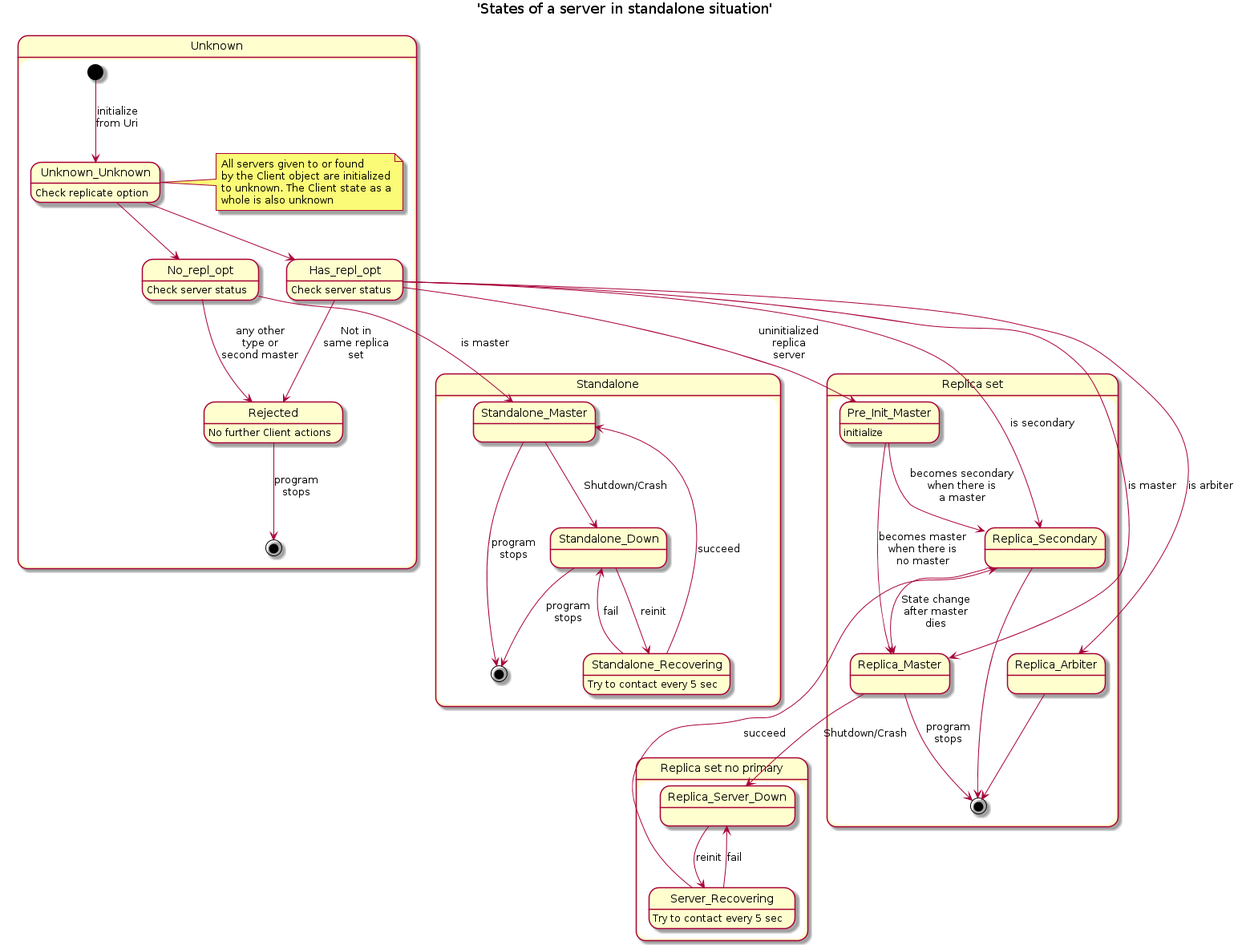
MARTIMM/raku-mongodb-driver keeps this PlantUML diagram as doc/Design/server-states.png. Above is the earlier version.
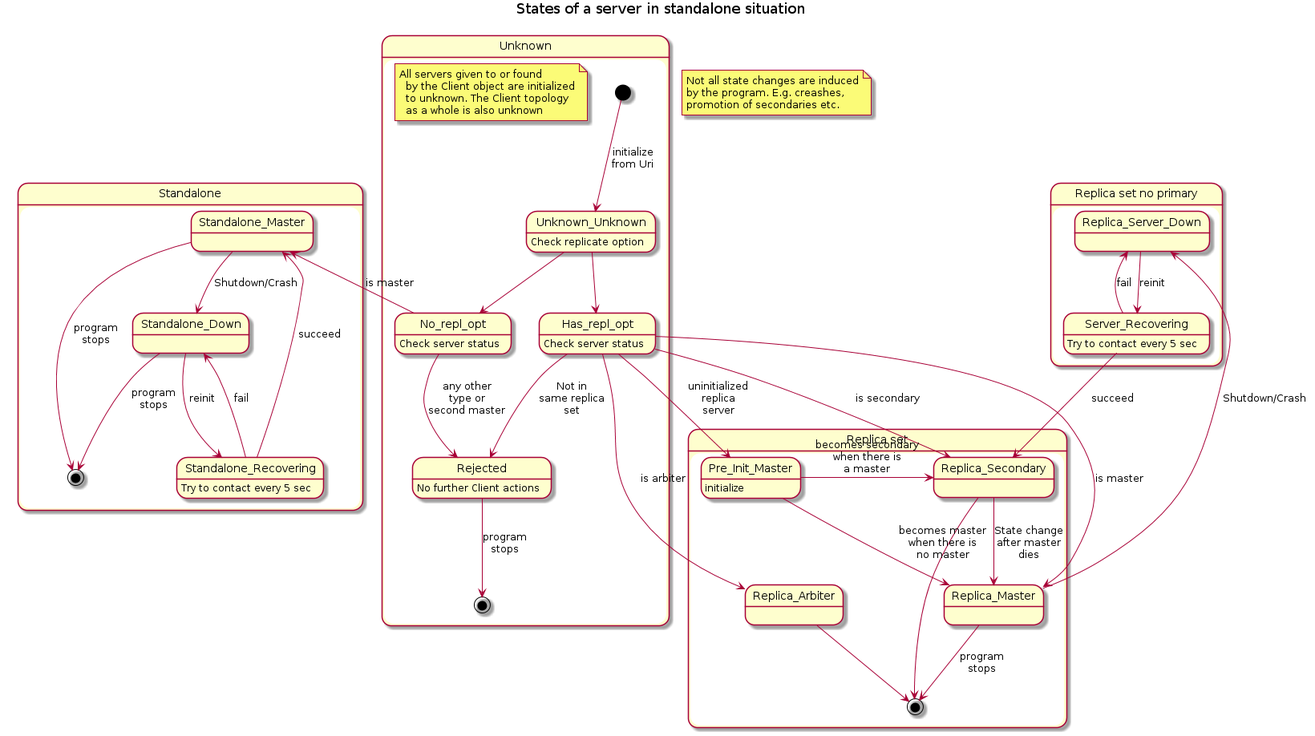
The same file after the commit.

Change to the diagram source:
```diff
@@ -1,70 +1,72 @@
 @startuml
 
-title 'States of a server in standalone situation'
+title States of a server in standalone situation
+
+note "Not all state changes are induced\nby the program. E.g. creashes,\npromotion of secondaries etc." as N2
 
 state Unknown {
-[*] --> Unknown_Unknown : initialize\nfrom Uri
-Unknown_Unknown : Check replicate option
+  [*] --> Unknown_Unknown : initialize\nfrom Uri
+  Unknown_Unknown : Check replicate option
 
-note right of Unknown_Unknown : All servers given to or found\nby the Client object are initialized\nto unknown. The Client state as a\nwhole is also unknown
+  note "All servers given to or found\n  by the Client object are initialized\n  to unknown. The Client topology\n  as a whole is also unknown" as N1
 
 
-Unknown_Unknown --> No_repl_opt
-Unknown_Unknown --> Has_repl_opt
+  Unknown_Unknown --> No_repl_opt
+  Unknown_Unknown --> Has_repl_opt
 
 
-No_repl_opt : Check server status
-No_repl_opt --> Rejected : any other\ntype or\nsecond master
+  No_repl_opt : Check server status
+  No_repl_opt --> Rejected : any other\ntype or\nsecond master
 
-Rejected --> [*] : program\nstops
-Rejected : No further Client actions
+  Rejected --> [*] : program\nstops
+  Rejected : No further Client actions
 }
 
 state Standalone {
-No_repl_opt --> Standalone_Master : is master
-Standalone_Master --> Standalone_Down : Shutdown/Crash
-Standalone_Master --> [*] : program\nstops
+  No_repl_opt -left-> Standalone_Master : is master
+  Standalone_Master --> Standalone_Down : Shutdown/Crash
+  Standalone_Master --> [*] : program\nstops
 
-Standalone_Down --> Standalone_Recovering : reinit
-Standalone_Down --> [*] : program\nstops
+  Standalone_Down --> Standalone_Recovering : reinit
+  Standalone_Down --> [*] : program\nstops
 
-Standalone_Recovering --> Standalone_Down : fail
-Standalone_Recovering --> Standalone_Master : succeed
-Standalone_Recovering : Try to contact every 5 sec
+  Standalone_Recovering --> Standalone_Down : fail
+  Standalone_Recovering --> Standalone_Master : succeed
+  Standalone_Recovering : Try to contact every 5 sec
 }
 
 
 
 state "Replica set" as Replset {
-Has_repl_opt : Check server status
-Has_repl_opt --> Rejected : Not in\nsame replica\nset
-Has_repl_opt --> Replica_Master : is master
-Has_repl_opt --> Replica_Secondary : is secondary
-Has_repl_opt --> Replica_Arbiter : is arbiter
-Has_repl_opt --> Pre_Init_Master : uninitialized\nreplica\nserver
+  Has_repl_opt : Check server status
+  Has_repl_opt --> Rejected : Not in\nsame replica\nset
+  Has_repl_opt --> Replica_Master : is master
+  Has_repl_opt --> Replica_Secondary : is secondary
+  Has_repl_opt --> Replica_Arbiter : is arbiter
+  Has_repl_opt --> Pre_Init_Master : uninitialized\nreplica\nserver
 
-Replica_Master --> [*] : program\nstops
+  Replica_Master --> [*] : program\nstops
 
-Replica_Secondary  --> [*]
-Replica_Secondary  --> Replica_Master : State change\nafter master\ndies
+  Replica_Secondary  --> [*]
+  Replica_Secondary  --> Replica_Master : State change\nafter master\ndies
 
-Replica_Arbiter --> [*]
+  Replica_Arbiter --> [*]
 
-Pre_Init_Master --> Replica_Master : becomes master\nwhen there is\nno master
-Pre_Init_Master --> Replica_Secondary : becomes secondary\nwhen there is\na master
-Pre_Init_Master : initialize
+  Pre_Init_Master --> Replica_Master : becomes master\nwhen there is\nno master
+  Pre_Init_Master -right-> Replica_Secondary : becomes secondary\nwhen there is\na master
+  Pre_Init_Master : initialize
 }
 
 
 
 state "Replica set no primary" as Replsetnoprim {
-Replica_Master --> Replica_Server_Down : Shutdown/Crash
+  Replica_Master -left-> Replica_Server_Down : Shutdown/Crash
 
-Replica_Server_Down --> Server_Recovering : reinit
+  Replica_Server_Down --> Server_Recovering : reinit
 
-Server_Recovering --> Replica_Server_Down : fail
-Server_Recovering --> Replica_Secondary : succeed
-Server_Recovering : Try to contact every 5 sec
+  Server_Recovering --> Replica_Server_Down : fail
+  Server_Recovering --> Replica_Secondary : succeed
+  Server_Recovering : Try to contact every 5 sec
 }
 
 
```
